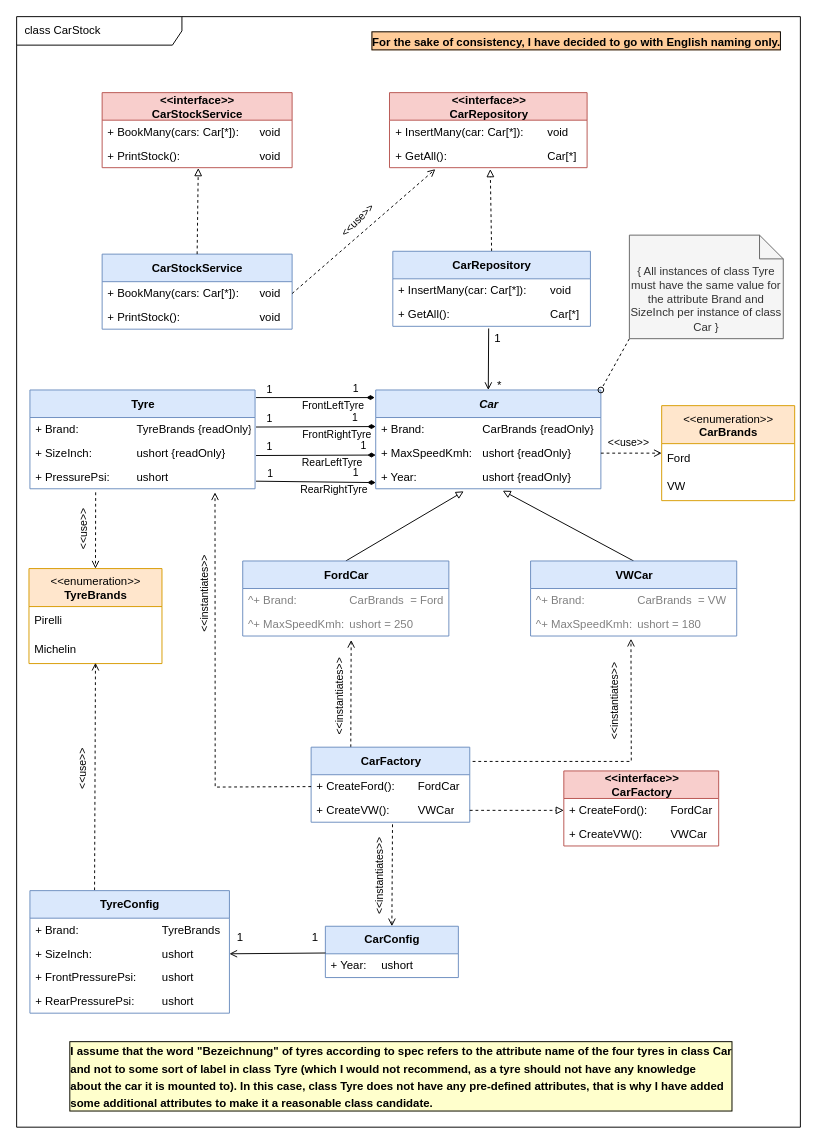
Above: _Docs/Design.drawio in PaWeCoding/CarStock (draw.io), before the change. Source tidied: cells renumbered, new cells numbered last; positions are measured from the earlier drawing's top-left corner, leaving out a move shared by most shapes. Both pictures are drawn from the tidied source at 95%, with x=0, y=0 at pixel (16, 16).
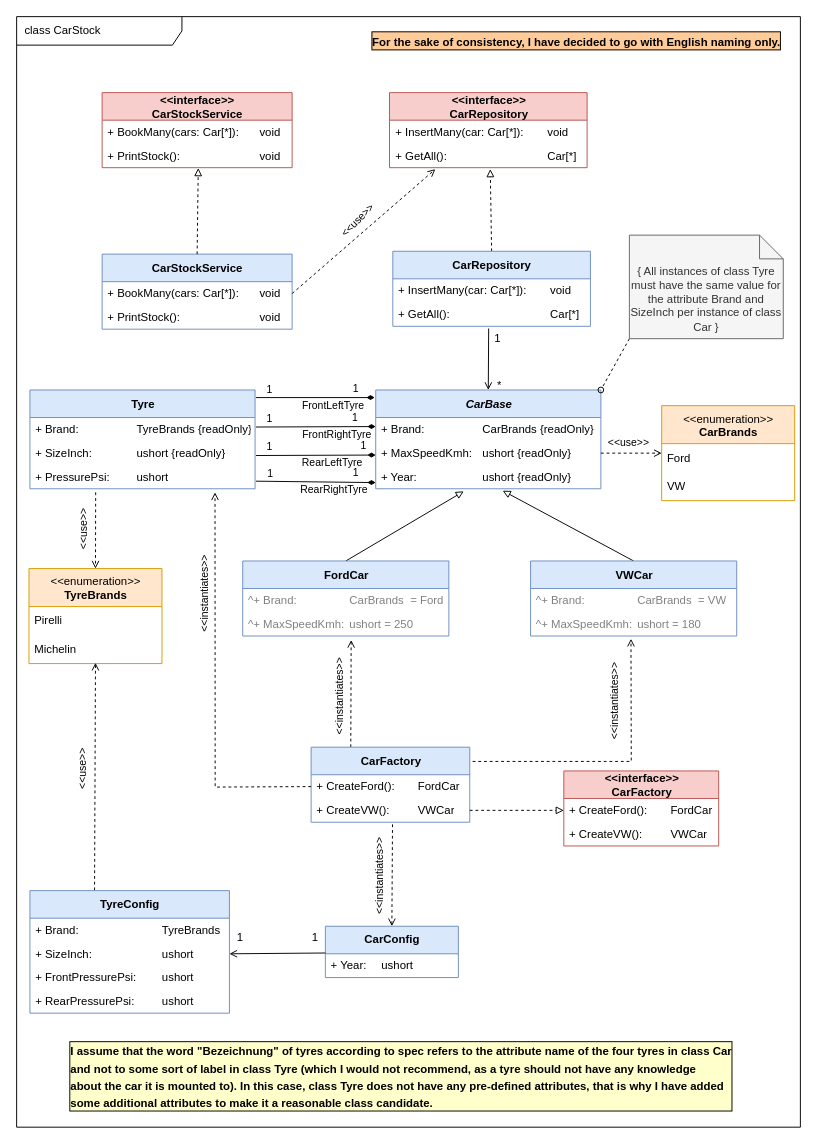
Above is the later version.

What changed in the source:
```diff
@@
-    <mxCell id="3" value="&lt;i&gt;Car&lt;/i&gt;" style="swimlane;fontStyle=1;align=center;verticalAlign=middle;horizontal=1;startSize=29;html=1;fillColor=#dae8fc;strokeColor=#6c8ebf;" parent="1" vertex="1">
+    <mxCell id="3" value="&lt;i&gt;CarBase&lt;/i&gt;" style="swimlane;fontStyle=1;align=center;verticalAlign=middle;horizontal=1;startSize=29;html=1;fillColor=#dae8fc;strokeColor=#6c8ebf;" parent="1" vertex="1">
       <mxGeometry x="378" y="393" width="237" height="104" as="geometry" />
     </mxCell>
```
